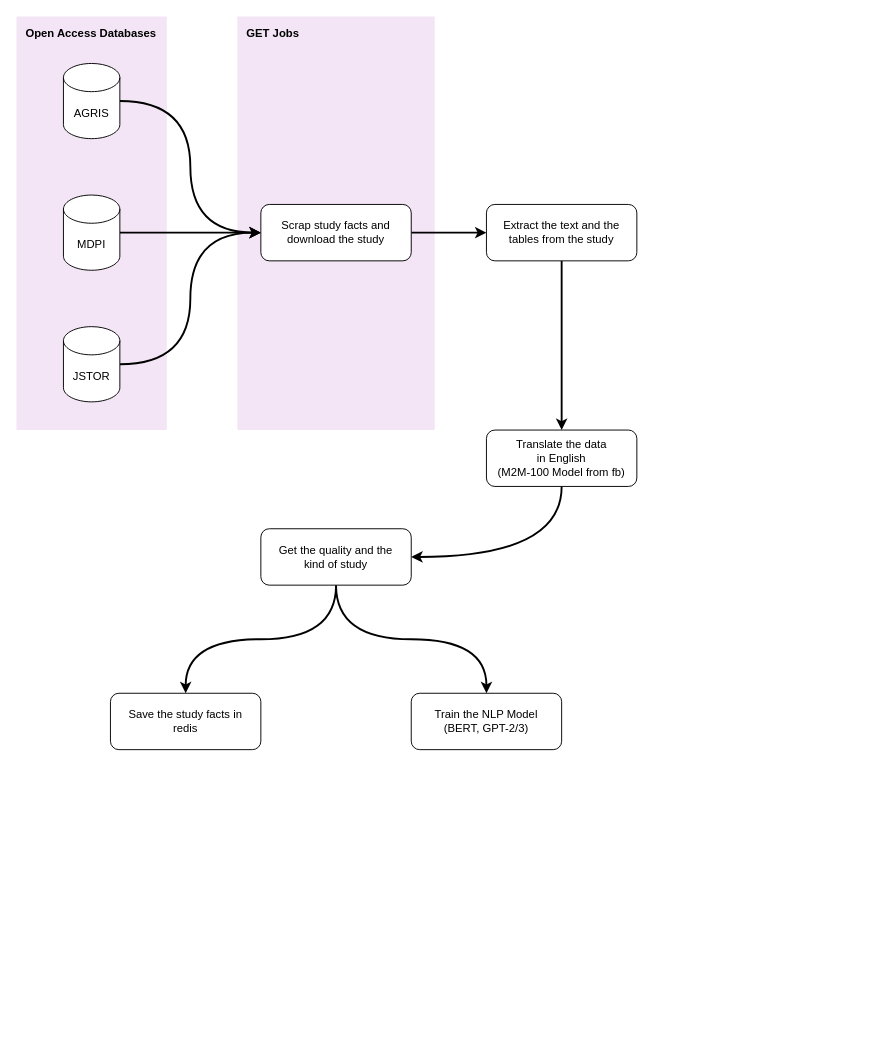
This is Truely_Concept.drawio from Truely-Code/basic_things, a draw.io file, before an edit. Source tidied: cells renumbered, new cells numbered last; positions are measured from the earlier drawing's top-left corner, leaving out a move shared by most shapes. Both pictures are drawn from the tidied source at 94%, with x=0, y=0 at pixel (16, 16).
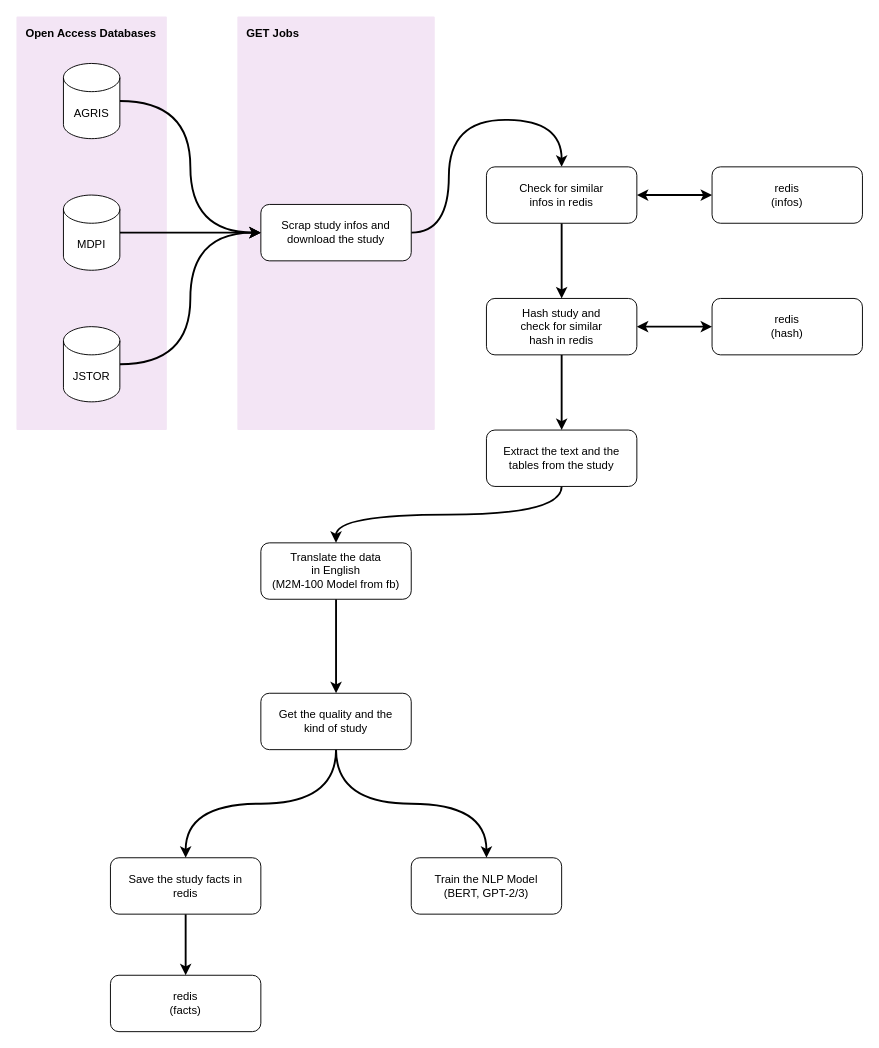
The same diagram, later.

Diff of the diagram source:
```diff
@@
-    <mxCell id="10" style="edgeStyle=orthogonalEdgeStyle;curved=1;rounded=0;jettySize=auto;html=1;exitX=0.5;exitY=1;exitDx=0;exitDy=0;entryX=1;entryY=0.5;entryDx=0;entryDy=0;strokeColor=#000000;strokeWidth=2;fontColor=#000000;" parent="1" edge="1" source="11" target="20">
+    <mxCell id="10" style="edgeStyle=orthogonalEdgeStyle;curved=1;rounded=0;jettySize=auto;html=1;exitX=0.5;exitY=1;exitDx=0;exitDy=0;entryX=0.5;entryY=0;entryDx=0;entryDy=0;startArrow=none;startFill=0;strokeColor=#000000;strokeWidth=2;fontColor=#000000;" parent="1" edge="1" source="11" target="20">
       <mxGeometry relative="1" as="geometry" />
     </mxCell>
     <mxCell id="11" value="Translate the data&lt;br&gt;in English&lt;br&gt;(M2M-100 Model from fb)" style="rounded=1;whiteSpace=wrap;html=1;" parent="1" vertex="1">
-      <mxGeometry x="500" y="440" width="160" height="60" as="geometry" />
+      <mxGeometry x="260" y="560" width="160" height="60" as="geometry" />
     </mxCell>
+    <mxCell id="21" style="edgeStyle=orthogonalEdgeStyle;curved=1;rounded=0;jettySize=auto;html=1;exitX=0.5;exitY=1;exitDx=0;exitDy=0;entryX=0.5;entryY=0;entryDx=0;entryDy=0;startArrow=none;startFill=0;strokeColor=#000000;strokeWidth=2;fontColor=#000000;" parent="1" edge="1" source="12" target="31">
+      <mxGeometry relative="1" as="geometry" />
+    </mxCell>
     <mxCell id="12" value="Save the study facts in&lt;br&gt;redis" style="rounded=1;whiteSpace=wrap;html=1;" parent="1" vertex="1">
-      <mxGeometry x="100" y="720" width="160" height="60" as="geometry" />
+      <mxGeometry x="100" y="895" width="160" height="60" as="geometry" />
     </mxCell>
     <mxCell id="13" value="Train the NLP Model&lt;br&gt;(BERT, GPT-2/3)" style="rounded=1;whiteSpace=wrap;html=1;" parent="1" vertex="1">
-      <mxGeometry x="420" y="720" width="160" height="60" as="geometry" />
+      <mxGeometry x="420" y="895" width="160" height="60" as="geometry" />
     </mxCell>
@@
     <mxCell id="15" value="Extract the text and the tables from the study" style="rounded=1;whiteSpace=wrap;html=1;" parent="1" vertex="1">
-      <mxGeometry x="500" y="200" width="160" height="60" as="geometry" />
+      <mxGeometry x="500" y="440" width="160" height="60" as="geometry" />
     </mxCell>
-    <mxCell id="16" style="edgeStyle=orthogonalEdgeStyle;curved=1;rounded=0;jettySize=auto;html=1;exitX=1;exitY=0.5;exitDx=0;exitDy=0;entryX=0;entryY=0.5;entryDx=0;entryDy=0;strokeColor=#000000;strokeWidth=2;fontColor=#000000;" parent="1" edge="1" source="17" target="15">
-      <mxGeometry relative="1" as="geometry" />
-    </mxCell>
+    <mxCell id="22" style="edgeStyle=orthogonalEdgeStyle;curved=1;rounded=0;jettySize=auto;html=1;exitX=1;exitY=0.5;exitDx=0;exitDy=0;entryX=0.5;entryY=0;entryDx=0;entryDy=0;startArrow=none;startFill=0;strokeColor=#000000;strokeWidth=2;fontColor=#000000;" parent="1" edge="1" source="17" target="28">
+      <mxGeometry relative="1" as="geometry">
+        <Array as="points">
+          <mxPoint x="460" y="230" />
+          <mxPoint x="460" y="110" />
+          <mxPoint x="580" y="110" />
+        </Array>
+      </mxGeometry>
+    </mxCell>
-    <mxCell id="17" value="Scrap study facts and&lt;br&gt;download the study" style="rounded=1;whiteSpace=wrap;html=1;" parent="1" vertex="1">
+    <mxCell id="17" value="Scrap study infos and&lt;br&gt;download the study" style="rounded=1;whiteSpace=wrap;html=1;" parent="1" vertex="1">
       <mxGeometry x="260" y="200" width="160" height="60" as="geometry" />
     </mxCell>
@@
     <mxCell id="20" value="Get the quality and the&lt;br&gt;kind of study" style="rounded=1;whiteSpace=wrap;html=1;" parent="1" vertex="1">
-      <mxGeometry x="260" y="545" width="160" height="60" as="geometry" />
+      <mxGeometry x="260" y="720" width="160" height="60" as="geometry" />
     </mxCell>
+    <mxCell id="23" style="edgeStyle=orthogonalEdgeStyle;curved=1;rounded=0;jettySize=auto;html=1;exitX=1;exitY=0.5;exitDx=0;exitDy=0;entryX=0;entryY=0.5;entryDx=0;entryDy=0;startArrow=classic;startFill=1;strokeColor=#000000;strokeWidth=2;fontColor=#000000;" parent="1" edge="1" source="25" target="29">
+      <mxGeometry relative="1" as="geometry" />
+    </mxCell>
+    <mxCell id="24" style="edgeStyle=orthogonalEdgeStyle;curved=1;rounded=0;jettySize=auto;html=1;exitX=0.5;exitY=1;exitDx=0;exitDy=0;entryX=0.5;entryY=0;entryDx=0;entryDy=0;startArrow=none;startFill=0;strokeColor=#000000;strokeWidth=2;fontColor=#000000;" parent="1" edge="1" source="25" target="15">
+      <mxGeometry relative="1" as="geometry" />
+    </mxCell>
+    <mxCell id="25" value="Hash study and&lt;br&gt;check for similar&lt;br&gt;hash in redis" style="rounded=1;whiteSpace=wrap;html=1;" parent="1" vertex="1">
+      <mxGeometry x="500" y="300" width="160" height="60" as="geometry" />
+    </mxCell>
+    <mxCell id="26" style="edgeStyle=orthogonalEdgeStyle;curved=1;rounded=0;jettySize=auto;html=1;exitX=1;exitY=0.5;exitDx=0;exitDy=0;entryX=0;entryY=0.5;entryDx=0;entryDy=0;strokeColor=#000000;strokeWidth=2;fontColor=#000000;startArrow=classic;startFill=1;" parent="1" edge="1" source="28" target="30">
+      <mxGeometry relative="1" as="geometry" />
+    </mxCell>
+    <mxCell id="27" style="edgeStyle=orthogonalEdgeStyle;curved=1;rounded=0;jettySize=auto;html=1;exitX=0.5;exitY=1;exitDx=0;exitDy=0;entryX=0.5;entryY=0;entryDx=0;entryDy=0;startArrow=none;startFill=0;strokeColor=#000000;strokeWidth=2;fontColor=#000000;" parent="1" edge="1" source="28" target="25">
+      <mxGeometry relative="1" as="geometry" />
+    </mxCell>
+    <mxCell id="28" value="Check for similar&lt;br&gt;infos in redis" style="rounded=1;whiteSpace=wrap;html=1;" parent="1" vertex="1">
+      <mxGeometry x="500" y="160" width="160" height="60" as="geometry" />
+    </mxCell>
+    <mxCell id="29" value="redis&lt;br&gt;(hash)" style="rounded=1;whiteSpace=wrap;html=1;" parent="1" vertex="1">
+      <mxGeometry x="740" y="300" width="160" height="60" as="geometry" />
+    </mxCell>
+    <mxCell id="30" value="redis&lt;br&gt;(infos)" style="rounded=1;whiteSpace=wrap;html=1;" parent="1" vertex="1">
+      <mxGeometry x="740" y="160" width="160" height="60" as="geometry" />
+    </mxCell>
+    <mxCell id="31" value="redis&lt;br&gt;(facts)" style="rounded=1;whiteSpace=wrap;html=1;" parent="1" vertex="1">
+      <mxGeometry x="100" y="1020" width="160" height="60" as="geometry" />
+    </mxCell>
```
